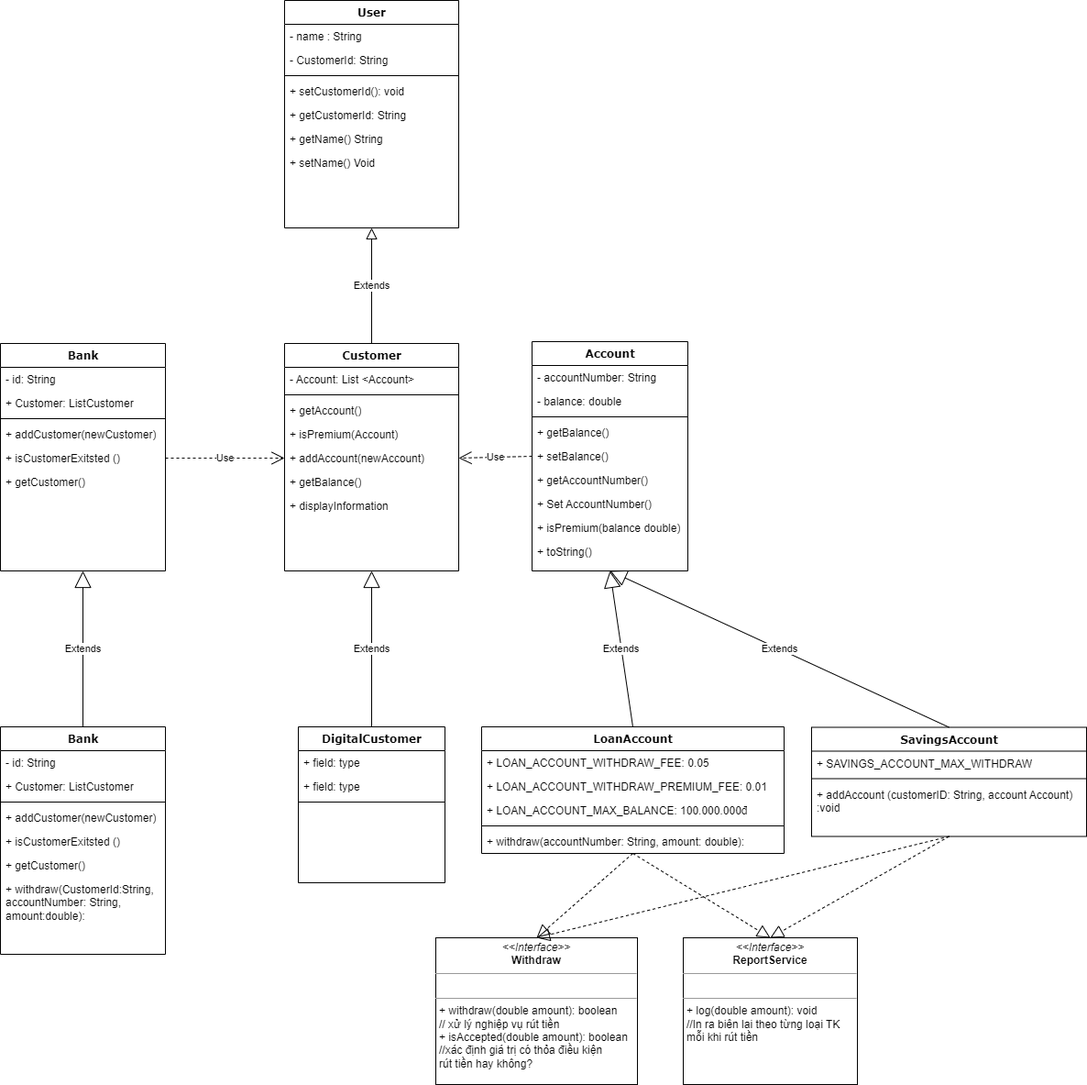
NvTra/class-assment keeps this draw.io diagram as Asm03.drawio.png. Above is the earlier version. Source tidied: cells renumbered, new cells last; positions are measured from the earlier drawing's top-left corner, leaving out a move shared by most shapes.
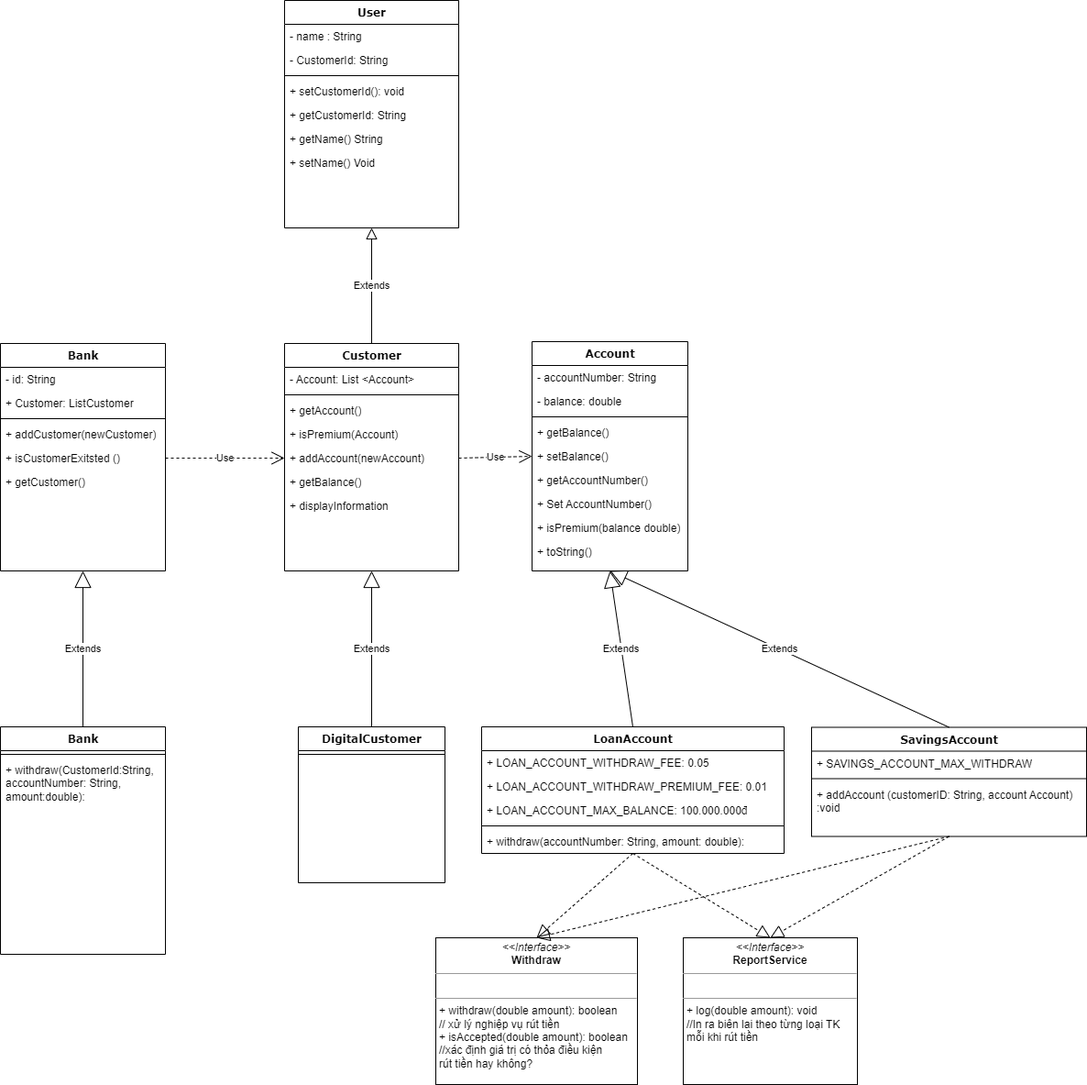
Above is the later version.

Diff of the diagram source:
```diff
@@ -38,14 +38,8 @@
     <mxCell id="13" value="DigitalCustomer" style="swimlane;html=1;fontStyle=1;align=center;verticalAlign=top;horizontal=1;startSize=26;swimlaneFillColor=#ffffff;rounded=0;shadow=0;comic=0;labelBackgroundColor=none;strokeWidth=1;fillColor=none;fontFamily=Verdana;fontSize=12;" parent="1" vertex="1">
       <mxGeometry x="325" y="792" width="160" height="170" as="geometry" />
     </mxCell>
-    <mxCell id="14" value="+ field: type" style="text;html=1;strokeColor=none;fillColor=none;align=left;verticalAlign=top;spacingLeft=4;spacingRight=4;whiteSpace=wrap;overflow=hidden;" parent="13" vertex="1">
-      <mxGeometry y="26" width="160" height="26" as="geometry" />
-    </mxCell>
-    <mxCell id="15" value="+ field: type" style="text;html=1;strokeColor=none;fillColor=none;align=left;verticalAlign=top;spacingLeft=4;spacingRight=4;whiteSpace=wrap;overflow=hidden;" parent="13" vertex="1">
-      <mxGeometry y="52" width="160" height="26" as="geometry" />
-    </mxCell>
     <mxCell id="16" style="line;html=1;strokeWidth=1;fillColor=none;align=left;verticalAlign=middle;spacingTop=-1;spacingLeft=3;spacingRight=3;labelPosition=right;" parent="13" vertex="1">
-      <mxGeometry y="78" width="160" height="8" as="geometry" />
+      <mxGeometry y="26" width="160" height="8" as="geometry" />
     </mxCell>
     <mxCell id="17" value="Extends" style="endArrow=block;endSize=16;endFill=0;html=1;rounded=0;exitX=0.5;exitY=0;exitDx=0;exitDy=0;entryX=0.5;entryY=1;entryDx=0;entryDy=0;" parent="1" edge="1" source="13" target="41">
       <mxGeometry relative="1" as="geometry" />
@@ -77,26 +71,11 @@
     <mxCell id="26" value="Bank" style="swimlane;html=1;fontStyle=1;align=center;verticalAlign=top;horizontal=1;startSize=26;swimlaneFillColor=#ffffff;rounded=0;shadow=0;comic=0;labelBackgroundColor=none;strokeWidth=1;fillColor=none;fontFamily=Verdana;fontSize=12;" parent="1" vertex="1">
       <mxGeometry y="792" width="180" height="248" as="geometry" />
     </mxCell>
-    <mxCell id="27" value="- id: String" style="text;html=1;strokeColor=none;fillColor=none;align=left;verticalAlign=top;spacingLeft=4;spacingRight=4;whiteSpace=wrap;overflow=hidden;" parent="26" vertex="1">
-      <mxGeometry y="26" width="180" height="26" as="geometry" />
-    </mxCell>
-    <mxCell id="28" value="+ Customer: ListCustomer" style="text;html=1;strokeColor=none;fillColor=none;align=left;verticalAlign=top;spacingLeft=4;spacingRight=4;whiteSpace=wrap;overflow=hidden;" parent="26" vertex="1">
-      <mxGeometry y="52" width="180" height="26" as="geometry" />
-    </mxCell>
     <mxCell id="29" style="line;html=1;strokeWidth=1;fillColor=none;align=left;verticalAlign=middle;spacingTop=-1;spacingLeft=3;spacingRight=3;labelPosition=right;" parent="26" vertex="1">
-      <mxGeometry y="78" width="180" height="8" as="geometry" />
+      <mxGeometry y="26" width="180" height="8" as="geometry" />
     </mxCell>
-    <mxCell id="30" value="+ addCustomer(newCustomer)" style="text;html=1;strokeColor=none;fillColor=none;align=left;verticalAlign=top;spacingLeft=4;spacingRight=4;whiteSpace=wrap;overflow=hidden;" parent="26" vertex="1">
-      <mxGeometry y="86" width="180" height="26" as="geometry" />
-    </mxCell>
-    <mxCell id="31" value="+ isCustomerExitsted ()" style="text;html=1;strokeColor=none;fillColor=none;align=left;verticalAlign=top;spacingLeft=4;spacingRight=4;whiteSpace=wrap;overflow=hidden;" parent="26" vertex="1">
-      <mxGeometry y="112" width="180" height="26" as="geometry" />
-    </mxCell>
-    <mxCell id="32" value="+ getCustomer()" style="text;html=1;strokeColor=none;fillColor=none;align=left;verticalAlign=top;spacingLeft=4;spacingRight=4;whiteSpace=wrap;overflow=hidden;" parent="26" vertex="1">
-      <mxGeometry y="138" width="180" height="26" as="geometry" />
-    </mxCell>
     <mxCell id="33" value="+ withdraw(CustomerId:String, accountNumber: String, amount:double):" style="text;html=1;strokeColor=none;fillColor=none;align=left;verticalAlign=top;spacingLeft=4;spacingRight=4;whiteSpace=wrap;overflow=hidden;" parent="26" vertex="1">
-      <mxGeometry y="164" width="180" height="76" as="geometry" />
+      <mxGeometry y="34" width="180" height="76" as="geometry" />
     </mxCell>
     <mxCell id="34" value="Bank" style="swimlane;html=1;fontStyle=1;align=center;verticalAlign=top;horizontal=1;startSize=26;swimlaneFillColor=#ffffff;rounded=0;shadow=0;comic=0;labelBackgroundColor=none;strokeWidth=1;fillColor=none;fontFamily=Verdana;fontSize=12;" parent="1" vertex="1">
       <mxGeometry y="374" width="180" height="248" as="geometry" />
@@ -176,9 +155,6 @@
     <mxCell id="59" value="Use" style="endArrow=open;endSize=12;dashed=1;html=1;rounded=0;exitX=1;exitY=0.5;exitDx=0;exitDy=0;entryX=0;entryY=0.5;entryDx=0;entryDy=0;" parent="1" edge="1" source="39" target="46">
       <mxGeometry relative="1" as="geometry" />
     </mxCell>
-    <mxCell id="60" value="Use" style="endArrow=open;endSize=12;dashed=1;html=1;rounded=0;entryX=1;entryY=0.5;entryDx=0;entryDy=0;exitX=0;exitY=0.5;exitDx=0;exitDy=0;" parent="1" edge="1" source="54" target="46">
-      <mxGeometry relative="1" as="geometry" />
-    </mxCell>
     <mxCell id="61" value="User" style="swimlane;html=1;fontStyle=1;align=center;verticalAlign=top;horizontal=1;startSize=26;swimlaneFillColor=#ffffff;rounded=0;shadow=0;comic=0;labelBackgroundColor=none;strokeWidth=1;fillColor=none;fontFamily=Verdana;fontSize=12;" parent="1" vertex="1">
       <mxGeometry x="310" width="190" height="248" as="geometry" />
     </mxCell>
@@ -206,5 +182,8 @@
     <mxCell id="69" value="Extends" style="endArrow=block;endSize=10;endFill=0;html=1;rounded=0;entryX=0.5;entryY=1;entryDx=0;entryDy=0;exitX=0.5;exitY=0;exitDx=0;exitDy=0;" parent="1" edge="1" source="41" target="61">
       <mxGeometry relative="1" as="geometry" />
     </mxCell>
+    <mxCell id="60" value="Use" style="endArrow=open;endSize=12;dashed=1;html=1;rounded=0;entryX=0;entryY=0.5;entryDx=0;entryDy=0;exitX=1;exitY=0.5;exitDx=0;exitDy=0;" parent="1" edge="1" source="46" target="54">
+      <mxGeometry relative="1" as="geometry" />
+    </mxCell>
   </root>
 </mxGraphModel>
```
